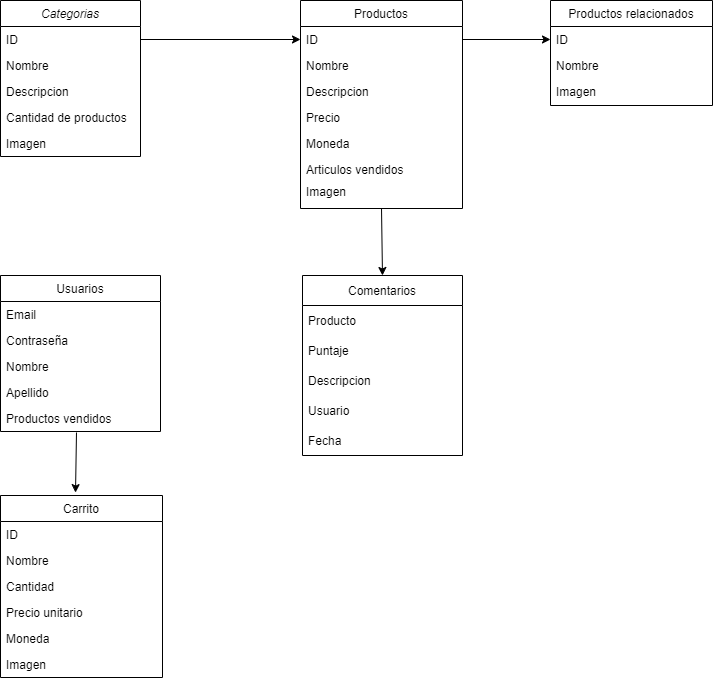
This is Modelo_de_entidades_Jap_2022.png from martinluza/martinluza.github.io, a draw.io export, as it was before one commit. Source tidied: cells renumbered, new cells last; positions are measured from the earlier drawing's top-left corner, leaving out a move shared by most shapes. Source of this version:
```xml
<mxGraphModel>
  <root>
    <mxCell id="0" />
    <mxCell id="1" parent="0" />
    <mxCell id="2" value="Categorias" style="swimlane;fontStyle=2;align=center;verticalAlign=top;horizontal=1;startSize=26;rounded=0;shadow=0;strokeWidth=1;" parent="1" vertex="1">
      <mxGeometry width="140" height="156" as="geometry" />
    </mxCell>
    <mxCell id="3" value="ID" style="text;align=left;verticalAlign=top;spacingLeft=4;spacingRight=4;overflow=hidden;points=[[0,0.5],[1,0.5]];portConstraint=eastwest;" parent="2" vertex="1">
      <mxGeometry y="26" width="140" height="26" as="geometry" />
    </mxCell>
    <mxCell id="4" value="Nombre" style="text;align=left;verticalAlign=top;spacingLeft=4;spacingRight=4;overflow=hidden;rounded=0;shadow=0;html=0;" parent="2" vertex="1">
      <mxGeometry y="52" width="140" height="26" as="geometry" />
    </mxCell>
    <mxCell id="5" value="Descripcion" style="text;align=left;verticalAlign=top;spacingLeft=4;spacingRight=4;overflow=hidden;rounded=0;shadow=0;html=0;" parent="2" vertex="1">
      <mxGeometry y="78" width="140" height="26" as="geometry" />
    </mxCell>
    <mxCell id="6" value="Cantidad de productos" style="text;align=left;verticalAlign=top;spacingLeft=4;spacingRight=4;overflow=hidden;rounded=0;shadow=0;html=0;" parent="2" vertex="1">
      <mxGeometry y="104" width="140" height="26" as="geometry" />
    </mxCell>
    <mxCell id="7" value="Imagen" style="text;align=left;verticalAlign=top;spacingLeft=4;spacingRight=4;overflow=hidden;rounded=0;shadow=0;html=0;" parent="2" vertex="1">
      <mxGeometry y="130" width="140" height="26" as="geometry" />
    </mxCell>
    <mxCell id="8" value="Productos" style="swimlane;fontStyle=0;align=center;verticalAlign=top;horizontal=1;startSize=26;rounded=0;shadow=0;strokeWidth=1;" parent="1" vertex="1">
      <mxGeometry x="300" width="162" height="208" as="geometry" />
    </mxCell>
    <mxCell id="9" value="ID" style="text;align=left;verticalAlign=top;spacingLeft=4;spacingRight=4;overflow=hidden;points=[[0,0.5],[1,0.5]];portConstraint=eastwest;" parent="8" vertex="1">
      <mxGeometry y="26" width="162" height="26" as="geometry" />
    </mxCell>
    <mxCell id="10" value="Nombre" style="text;align=left;verticalAlign=top;spacingLeft=4;spacingRight=4;overflow=hidden;" parent="8" vertex="1">
      <mxGeometry y="52" width="162" height="26" as="geometry" />
    </mxCell>
    <mxCell id="11" value="Descripcion" style="text;align=left;verticalAlign=top;spacingLeft=4;spacingRight=4;overflow=hidden;rounded=0;shadow=0;html=0;" parent="8" vertex="1">
      <mxGeometry y="78" width="162" height="26" as="geometry" />
    </mxCell>
    <mxCell id="12" value="Precio" style="text;align=left;verticalAlign=top;spacingLeft=4;spacingRight=4;overflow=hidden;" parent="8" vertex="1">
      <mxGeometry y="104" width="162" height="26" as="geometry" />
    </mxCell>
    <mxCell id="13" value="Moneda" style="text;align=left;verticalAlign=top;spacingLeft=4;spacingRight=4;overflow=hidden;" parent="8" vertex="1">
      <mxGeometry y="130" width="162" height="26" as="geometry" />
    </mxCell>
    <mxCell id="14" value="Articulos vendidos" style="text;align=left;verticalAlign=top;spacingLeft=4;spacingRight=4;overflow=hidden;" parent="8" vertex="1">
      <mxGeometry y="156" width="162" height="22" as="geometry" />
    </mxCell>
    <mxCell id="15" value="Imagen" style="text;align=left;verticalAlign=top;spacingLeft=4;spacingRight=4;overflow=hidden;rounded=0;shadow=0;html=0;" parent="8" vertex="1">
      <mxGeometry y="178" width="162" height="26" as="geometry" />
    </mxCell>
    <mxCell id="16" value="Comentarios" style="swimlane;fontStyle=0;horizontal=1;startSize=30;" parent="1" vertex="1">
      <mxGeometry x="302" y="275" width="160" height="180" as="geometry" />
    </mxCell>
    <mxCell id="17" value="Producto" style="text;strokeColor=none;fillColor=none;align=left;verticalAlign=middle;spacingLeft=4;spacingRight=4;overflow=hidden;" parent="16" vertex="1">
      <mxGeometry y="30" width="160" height="30" as="geometry" />
    </mxCell>
    <mxCell id="18" value="Puntaje" style="text;strokeColor=none;fillColor=none;align=left;verticalAlign=middle;spacingLeft=4;spacingRight=4;overflow=hidden;" parent="16" vertex="1">
      <mxGeometry y="60" width="160" height="30" as="geometry" />
    </mxCell>
    <mxCell id="19" value="Descripcion" style="text;strokeColor=none;fillColor=none;align=left;verticalAlign=middle;spacingLeft=4;spacingRight=4;overflow=hidden;" parent="16" vertex="1">
      <mxGeometry y="90" width="160" height="30" as="geometry" />
    </mxCell>
    <mxCell id="20" value="Usuario" style="text;strokeColor=none;fillColor=none;align=left;verticalAlign=middle;spacingLeft=4;spacingRight=4;overflow=hidden;" parent="16" vertex="1">
      <mxGeometry y="120" width="160" height="30" as="geometry" />
    </mxCell>
    <mxCell id="21" value="Fecha" style="text;strokeColor=none;fillColor=none;align=left;verticalAlign=middle;spacingLeft=4;spacingRight=4;overflow=hidden;" parent="16" vertex="1">
      <mxGeometry y="150" width="160" height="30" as="geometry" />
    </mxCell>
    <mxCell id="22" value="Usuarios" style="swimlane;fontStyle=0;align=center;verticalAlign=top;horizontal=1;startSize=26;rounded=0;shadow=0;strokeWidth=1;" parent="1" vertex="1">
      <mxGeometry y="275" width="160" height="156" as="geometry" />
    </mxCell>
    <mxCell id="23" value="Email" style="text;align=left;verticalAlign=top;spacingLeft=4;spacingRight=4;overflow=hidden;" parent="22" vertex="1">
      <mxGeometry y="26" width="160" height="26" as="geometry" />
    </mxCell>
    <mxCell id="24" value="Contraseña" style="text;align=left;verticalAlign=top;spacingLeft=4;spacingRight=4;overflow=hidden;" parent="22" vertex="1">
      <mxGeometry y="52" width="160" height="26" as="geometry" />
    </mxCell>
    <mxCell id="25" value="Nombre" style="text;align=left;verticalAlign=top;spacingLeft=4;spacingRight=4;overflow=hidden;rounded=0;shadow=0;html=0;" parent="22" vertex="1">
      <mxGeometry y="78" width="160" height="26" as="geometry" />
    </mxCell>
    <mxCell id="26" value="Apellido" style="text;align=left;verticalAlign=top;spacingLeft=4;spacingRight=4;overflow=hidden;rounded=0;shadow=0;html=0;" parent="22" vertex="1">
      <mxGeometry y="104" width="160" height="26" as="geometry" />
    </mxCell>
    <mxCell id="27" value="Productos vendidos" style="text;align=left;verticalAlign=top;spacingLeft=4;spacingRight=4;overflow=hidden;points=[[0,0.5],[1,0.5]];portConstraint=eastwest;rounded=0;shadow=0;html=0;" parent="22" vertex="1">
      <mxGeometry y="130" width="160" height="26" as="geometry" />
    </mxCell>
    <mxCell id="28" style="endArrow=classic;html=1;rounded=0;entryX=0;entryY=0.5;entryDx=0;entryDy=0;exitX=1;exitY=0.5;exitDx=0;exitDy=0;" parent="1" edge="1" source="3" target="9">
      <mxGeometry relative="1" as="geometry" />
    </mxCell>
    <mxCell id="29" style="endArrow=classic;html=1;rounded=0;exitX=0.5;exitY=1;exitDx=0;exitDy=0;entryX=0.5;entryY=0;entryDx=0;entryDy=0;" parent="1" edge="1" source="8" target="16">
      <mxGeometry relative="1" as="geometry" />
    </mxCell>
    <mxCell id="30" value="Carrito" style="swimlane;fontStyle=0;align=center;verticalAlign=top;horizontal=1;startSize=26;rounded=0;shadow=0;strokeWidth=1;" parent="1" vertex="1">
      <mxGeometry y="495" width="162" height="182" as="geometry" />
    </mxCell>
    <mxCell id="31" value="ID" style="text;align=left;verticalAlign=top;spacingLeft=4;spacingRight=4;overflow=hidden;" parent="30" vertex="1">
      <mxGeometry y="26" width="162" height="26" as="geometry" />
    </mxCell>
    <mxCell id="32" value="Nombre" style="text;align=left;verticalAlign=top;spacingLeft=4;spacingRight=4;overflow=hidden;" parent="30" vertex="1">
      <mxGeometry y="52" width="162" height="26" as="geometry" />
    </mxCell>
    <mxCell id="33" value="Cantidad" style="text;align=left;verticalAlign=top;spacingLeft=4;spacingRight=4;overflow=hidden;rounded=0;shadow=0;html=0;" parent="30" vertex="1">
      <mxGeometry y="78" width="162" height="26" as="geometry" />
    </mxCell>
    <mxCell id="34" value="Precio unitario" style="text;align=left;verticalAlign=top;spacingLeft=4;spacingRight=4;overflow=hidden;" parent="30" vertex="1">
      <mxGeometry y="104" width="162" height="26" as="geometry" />
    </mxCell>
    <mxCell id="35" value="Moneda" style="text;align=left;verticalAlign=top;spacingLeft=4;spacingRight=4;overflow=hidden;" parent="30" vertex="1">
      <mxGeometry y="130" width="162" height="26" as="geometry" />
    </mxCell>
    <mxCell id="36" value="Imagen" style="text;align=left;verticalAlign=top;spacingLeft=4;spacingRight=4;overflow=hidden;rounded=0;shadow=0;html=0;" parent="30" vertex="1">
      <mxGeometry y="156" width="162" height="26" as="geometry" />
    </mxCell>
    <mxCell id="37" style="endArrow=classic;html=1;rounded=0;exitX=0.475;exitY=1.038;exitDx=0;exitDy=0;exitPerimeter=0;entryX=0.463;entryY=-0.016;entryDx=0;entryDy=0;entryPerimeter=0;" parent="1" edge="1" source="27" target="30">
      <mxGeometry relative="1" as="geometry" />
    </mxCell>
    <mxCell id="38" value="Productos relacionados" style="swimlane;fontStyle=0;align=center;verticalAlign=top;horizontal=1;startSize=26;rounded=0;shadow=0;strokeWidth=1;" parent="1" vertex="1">
      <mxGeometry x="550" width="162" height="105" as="geometry" />
    </mxCell>
    <mxCell id="39" value="ID" style="text;align=left;verticalAlign=top;spacingLeft=4;spacingRight=4;overflow=hidden;points=[[0,0.5],[1,0.5]];portConstraint=eastwest;" parent="38" vertex="1">
      <mxGeometry y="26" width="162" height="26" as="geometry" />
    </mxCell>
    <mxCell id="40" value="Nombre" style="text;align=left;verticalAlign=top;spacingLeft=4;spacingRight=4;overflow=hidden;" parent="38" vertex="1">
      <mxGeometry y="52" width="162" height="26" as="geometry" />
    </mxCell>
    <mxCell id="41" value="Imagen" style="text;align=left;verticalAlign=top;spacingLeft=4;spacingRight=4;overflow=hidden;rounded=0;shadow=0;html=0;" parent="38" vertex="1">
      <mxGeometry y="78" width="162" height="26" as="geometry" />
    </mxCell>
    <mxCell id="42" style="endArrow=classic;html=1;rounded=0;exitX=1;exitY=0.5;exitDx=0;exitDy=0;entryX=0;entryY=0.5;entryDx=0;entryDy=0;" parent="1" edge="1" source="9" target="39">
      <mxGeometry relative="1" as="geometry" />
    </mxCell>
  </root>
</mxGraphModel>
```
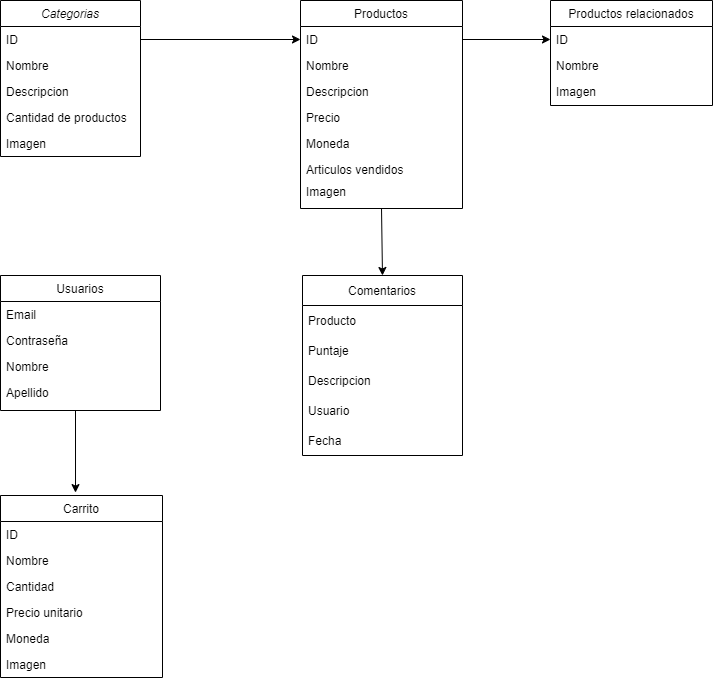
Above is the later version.

Diff of the diagram source:
```diff
@@ -63,7 +63,7 @@
       <mxGeometry y="150" width="160" height="30" as="geometry" />
     </mxCell>
     <mxCell id="22" value="Usuarios" style="swimlane;fontStyle=0;align=center;verticalAlign=top;horizontal=1;startSize=26;rounded=0;shadow=0;strokeWidth=1;" parent="1" vertex="1">
-      <mxGeometry y="275" width="160" height="156" as="geometry" />
+      <mxGeometry y="275" width="160" height="135" as="geometry" />
     </mxCell>
     <mxCell id="23" value="Email" style="text;align=left;verticalAlign=top;spacingLeft=4;spacingRight=4;overflow=hidden;" parent="22" vertex="1">
       <mxGeometry y="26" width="160" height="26" as="geometry" />
@@ -77,9 +77,6 @@
     <mxCell id="26" value="Apellido" style="text;align=left;verticalAlign=top;spacingLeft=4;spacingRight=4;overflow=hidden;rounded=0;shadow=0;html=0;" parent="22" vertex="1">
       <mxGeometry y="104" width="160" height="26" as="geometry" />
     </mxCell>
-    <mxCell id="27" value="Productos vendidos" style="text;align=left;verticalAlign=top;spacingLeft=4;spacingRight=4;overflow=hidden;points=[[0,0.5],[1,0.5]];portConstraint=eastwest;rounded=0;shadow=0;html=0;" parent="22" vertex="1">
-      <mxGeometry y="130" width="160" height="26" as="geometry" />
-    </mxCell>
     <mxCell id="28" style="endArrow=classic;html=1;rounded=0;entryX=0;entryY=0.5;entryDx=0;entryDy=0;exitX=1;exitY=0.5;exitDx=0;exitDy=0;" parent="1" edge="1" source="3" target="9">
       <mxGeometry relative="1" as="geometry" />
     </mxCell>
@@ -107,8 +104,10 @@
     <mxCell id="36" value="Imagen" style="text;align=left;verticalAlign=top;spacingLeft=4;spacingRight=4;overflow=hidden;rounded=0;shadow=0;html=0;" parent="30" vertex="1">
       <mxGeometry y="156" width="162" height="26" as="geometry" />
     </mxCell>
-    <mxCell id="37" style="endArrow=classic;html=1;rounded=0;exitX=0.475;exitY=1.038;exitDx=0;exitDy=0;exitPerimeter=0;entryX=0.463;entryY=-0.016;entryDx=0;entryDy=0;entryPerimeter=0;" parent="1" edge="1" source="27" target="30">
-      <mxGeometry relative="1" as="geometry" />
+    <mxCell id="37" style="endArrow=classic;html=1;rounded=0;entryX=0.463;entryY=-0.016;entryDx=0;entryDy=0;entryPerimeter=0;" parent="1" edge="1" target="30">
+      <mxGeometry relative="1" as="geometry">
+        <mxPoint x="75" y="410" as="sourcePoint" />
+      </mxGeometry>
     </mxCell>
     <mxCell id="38" value="Productos relacionados" style="swimlane;fontStyle=0;align=center;verticalAlign=top;horizontal=1;startSize=26;rounded=0;shadow=0;strokeWidth=1;" parent="1" vertex="1">
       <mxGeometry x="550" width="162" height="105" as="geometry" />
```
